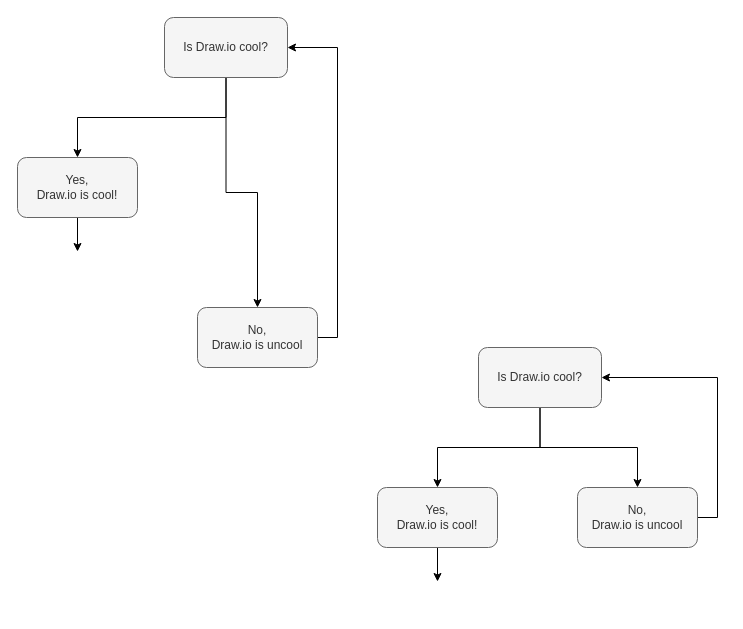
Above: examples/Example.drawio in hediet/vscode-drawio (draw.io), before the change. Source tidied: cells renumbered, new cells numbered last; positions are measured from the earlier drawing's top-left corner, leaving out a move shared by most shapes. Both pictures are drawn from the tidied source at 100%, with x=0, y=0 at pixel (17, 17).
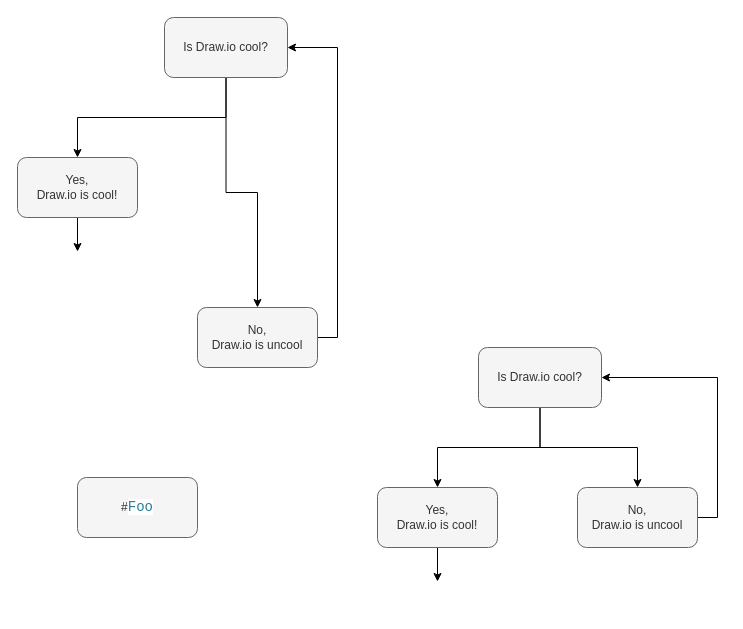
The same diagram, later.

Diff of the diagram source:
```diff
@@
 <mxGraphModel>
   <root>
     <mxCell id="0" />
     <mxCell id="1" parent="0" />
     <mxCell id="2" style="edgeStyle=orthogonalEdgeStyle;rounded=0;jettySize=auto;html=1;exitX=0.5;exitY=1;exitDx=0;exitDy=0;" parent="1" edge="1" source="4" target="6">
       <mxGeometry relative="1" as="geometry" />
     </mxCell>
     <mxCell id="3" style="edgeStyle=orthogonalEdgeStyle;rounded=0;jettySize=auto;html=1;exitX=0.5;exitY=1;exitDx=0;exitDy=0;" parent="1" edge="1" source="4" target="8">
       <mxGeometry relative="1" as="geometry" />
     </mxCell>
     <mxCell id="4" value="Is Draw.io cool?" style="rounded=1;whiteSpace=wrap;html=1;fillColor=#f5f5f5;strokeColor=#666666;fontColor=#333333;" parent="1" vertex="1">
       <mxGeometry x="147" width="123" height="60" as="geometry" />
     </mxCell>
     <mxCell id="5" style="edgeStyle=orthogonalEdgeStyle;rounded=0;jettySize=auto;html=1;exitX=0.5;exitY=1;exitDx=0;exitDy=0;" parent="1" edge="1" source="6" target="9">
       <mxGeometry relative="1" as="geometry" />
     </mxCell>
     <mxCell id="6" value="Yes,&lt;br&gt;Draw.io is cool!" style="rounded=1;whiteSpace=wrap;html=1;fillColor=#f5f5f5;strokeColor=#666666;fontColor=#333333;" parent="1" vertex="1">
       <mxGeometry y="140" width="120" height="60" as="geometry" />
     </mxCell>
     <mxCell id="7" style="edgeStyle=orthogonalEdgeStyle;rounded=0;jettySize=auto;html=1;exitX=1;exitY=0.5;exitDx=0;exitDy=0;entryX=1;entryY=0.5;entryDx=0;entryDy=0;" parent="1" edge="1" source="8" target="4">
       <mxGeometry relative="1" as="geometry" />
     </mxCell>
     <mxCell id="8" value="No,&lt;br&gt;Draw.io is uncool" style="rounded=1;whiteSpace=wrap;html=1;fillColor=#f5f5f5;strokeColor=#666666;fontColor=#333333;" parent="1" vertex="1">
       <mxGeometry x="180" y="290" width="120" height="60" as="geometry" />
     </mxCell>
     <mxCell id="9" style="ellipse;html=1;shape=endState;fillColor=#FFFFFF;strokeColor=#FFFFFF;" parent="1" vertex="1">
       <mxGeometry x="45" y="234" width="30" height="30" as="geometry" />
     </mxCell>
     <mxCell id="10" style="edgeStyle=orthogonalEdgeStyle;rounded=0;jettySize=auto;html=1;exitX=0.5;exitY=1;exitDx=0;exitDy=0;" parent="1" edge="1" source="12" target="14">
       <mxGeometry relative="1" as="geometry" />
     </mxCell>
     <mxCell id="11" style="edgeStyle=orthogonalEdgeStyle;rounded=0;jettySize=auto;html=1;exitX=0.5;exitY=1;exitDx=0;exitDy=0;" parent="1" edge="1" source="12" target="16">
       <mxGeometry relative="1" as="geometry" />
     </mxCell>
     <mxCell id="12" value="Is Draw.io cool?" style="rounded=1;whiteSpace=wrap;html=1;fillColor=#f5f5f5;strokeColor=#666666;fontColor=#333333;" parent="1" vertex="1">
       <mxGeometry x="461" y="330" width="123" height="60" as="geometry" />
     </mxCell>
     <mxCell id="13" style="edgeStyle=orthogonalEdgeStyle;rounded=0;jettySize=auto;html=1;exitX=0.5;exitY=1;exitDx=0;exitDy=0;" parent="1" edge="1" source="14" target="17">
       <mxGeometry relative="1" as="geometry" />
     </mxCell>
     <mxCell id="14" value="Yes,&lt;br&gt;Draw.io is cool!" style="rounded=1;whiteSpace=wrap;html=1;fillColor=#f5f5f5;strokeColor=#666666;fontColor=#333333;" parent="1" vertex="1">
       <mxGeometry x="360" y="470" width="120" height="60" as="geometry" />
     </mxCell>
     <mxCell id="15" style="edgeStyle=orthogonalEdgeStyle;rounded=0;jettySize=auto;html=1;exitX=1;exitY=0.5;exitDx=0;exitDy=0;entryX=1;entryY=0.5;entryDx=0;entryDy=0;" parent="1" edge="1" source="16" target="12">
       <mxGeometry relative="1" as="geometry" />
     </mxCell>
     <mxCell id="16" value="No,&lt;br&gt;Draw.io is uncool" style="rounded=1;whiteSpace=wrap;html=1;fillColor=#f5f5f5;strokeColor=#666666;fontColor=#333333;" parent="1" vertex="1">
       <mxGeometry x="560" y="470" width="120" height="60" as="geometry" />
     </mxCell>
     <mxCell id="17" style="ellipse;html=1;shape=endState;fillColor=#FFFFFF;strokeColor=#FFFFFF;" parent="1" vertex="1">
       <mxGeometry x="405" y="564" width="30" height="30" as="geometry" />
     </mxCell>
+    <mxCell id="18" value="#&lt;span style=&quot;color: rgb(38 , 127 , 153) ; background-color: rgb(255 , 255 , 255) ; font-family: &amp;#34;consolas&amp;#34; , &amp;#34;courier new&amp;#34; , monospace ; font-size: 14px&quot;&gt;Foo&lt;/span&gt;" style="rounded=1;whiteSpace=wrap;html=1;fillColor=#f5f5f5;strokeColor=#666666;fontColor=#333333;" parent="1" vertex="1">
+      <mxGeometry x="60" y="460" width="120" height="60" as="geometry" />
+    </mxCell>
   </root>
 </mxGraphModel>
```
